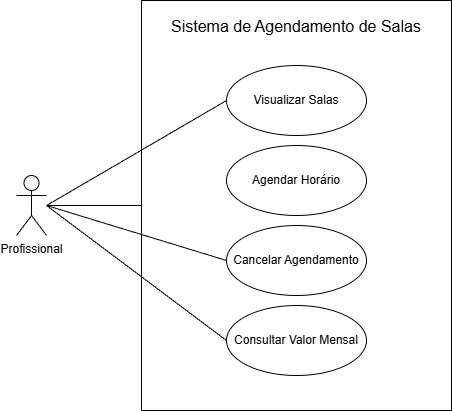
This is docs/caso-de-uso.png from lanadosete/projeto2-agendamento-salas, a draw.io export, as it was before one commit. Source tidied: cells renumbered, new cells last; positions are measured from the earlier drawing's top-left corner, leaving out a move shared by most shapes. Source of this version:
```xml
<mxGraphModel>
  <root>
    <mxCell id="0" />
    <mxCell id="1" parent="0" />
    <mxCell id="2" style="rounded=0;whiteSpace=wrap;html=1;" parent="1" vertex="1">
      <mxGeometry x="125" width="310" height="410" as="geometry" />
    </mxCell>
    <mxCell id="3" value="Visualizar Salas" style="ellipse;whiteSpace=wrap;html=1;" parent="1" vertex="1">
      <mxGeometry x="210" y="65" width="140" height="70" as="geometry" />
    </mxCell>
    <mxCell id="4" style="edgeStyle=none;curved=1;rounded=0;jettySize=auto;html=1;exitX=1;exitY=0.5;exitDx=0;exitDy=0;exitPerimeter=0;entryX=0;entryY=0.5;entryDx=0;entryDy=0;fontSize=12;startSize=8;endSize=8;endArrow=none;endFill=0;" parent="1" edge="1" source="7" target="3">
      <mxGeometry relative="1" as="geometry" />
    </mxCell>
    <mxCell id="5" style="edgeStyle=none;curved=1;rounded=0;jettySize=auto;html=1;entryX=0;entryY=0.5;entryDx=0;entryDy=0;fontSize=12;startSize=8;endSize=8;endArrow=none;endFill=0;" parent="1" edge="1" target="10">
      <mxGeometry relative="1" as="geometry">
        <mxPoint x="30" y="205" as="sourcePoint" />
      </mxGeometry>
    </mxCell>
    <mxCell id="6" style="rounded=0;jettySize=auto;html=1;exitX=1;exitY=0.5;exitDx=0;exitDy=0;exitPerimeter=0;entryX=0;entryY=0.5;entryDx=0;entryDy=0;fontSize=12;shape=wire;fillColor=none;startArrow=none;startFill=0;endArrow=none;endFill=0;" parent="1" edge="1" source="7" target="9">
      <mxGeometry relative="1" as="geometry" />
    </mxCell>
    <mxCell id="7" value="Profissional" style="shape=umlActor;verticalLabelPosition=bottom;verticalAlign=top;html=1;points=[[0,0.3333333333333333,0,0,0],[0,1,0,0,0],[0.25,0.1,0,0,0],[0.5,0,0,0,0],[0.5,0.5,0,0,0],[0.75,0.1,0,0,0],[1,0.5,0,0,0],[1,1,0,0,0]];" parent="1" vertex="1">
      <mxGeometry y="175" width="30" height="60" as="geometry" />
    </mxCell>
    <mxCell id="8" value="Agendar Horário" style="ellipse;whiteSpace=wrap;html=1;" parent="1" vertex="1">
      <mxGeometry x="210" y="145" width="140" height="70" as="geometry" />
    </mxCell>
    <mxCell id="9" value="Consultar Valor Mensal" style="ellipse;whiteSpace=wrap;html=1;" parent="1" vertex="1">
      <mxGeometry x="210" y="305" width="140" height="70" as="geometry" />
    </mxCell>
    <mxCell id="10" value="Cancelar Agendamento" style="ellipse;whiteSpace=wrap;html=1;" parent="1" vertex="1">
      <mxGeometry x="210" y="225" width="140" height="70" as="geometry" />
    </mxCell>
    <mxCell id="11" style="edgeStyle=none;curved=1;rounded=0;orthogonalLoop=1;jettySize=auto;html=1;exitX=0;exitY=0.5;exitDx=0;exitDy=0;fontSize=12;startSize=8;endSize=8;" parent="1" edge="1" source="8" target="8">
      <mxGeometry relative="1" as="geometry" />
    </mxCell>
    <mxCell id="12" style="rounded=0;jettySize=auto;html=1;exitX=1;exitY=0.5;exitDx=0;exitDy=0;exitPerimeter=0;entryX=0;entryY=0.5;entryDx=0;entryDy=0;fontSize=12;startSize=8;endSize=8;endArrow=none;endFill=0;" parent="1" edge="1" source="7" target="2">
      <mxGeometry relative="1" as="geometry" />
    </mxCell>
    <mxCell id="13" value="Sistema de Agendamento de Salas" style="text;html=1;whiteSpace=wrap;strokeColor=none;fillColor=none;align=center;verticalAlign=middle;rounded=0;fontSize=16;" parent="1" vertex="1">
      <mxGeometry x="145" y="25" width="270" as="geometry" />
    </mxCell>
  </root>
</mxGraphModel>
```
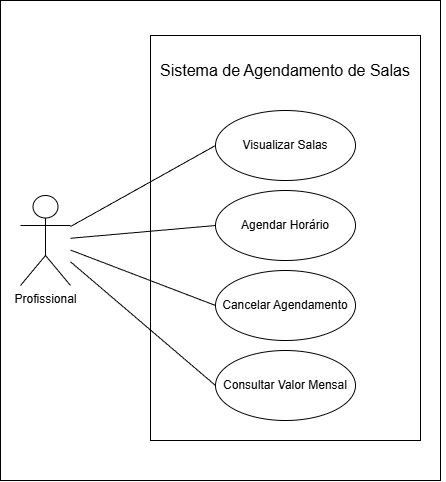
The same diagram one commit later.

Commit message:
Adiciona diagrama de casos de uso UML

What changed in the source:
```diff
@@ -2,43 +2,41 @@
   <root>
     <mxCell id="0" />
     <mxCell id="1" parent="0" />
-    <mxCell id="2" style="rounded=0;whiteSpace=wrap;html=1;" parent="1" vertex="1">
-      <mxGeometry x="125" width="310" height="410" as="geometry" />
-    </mxCell>
+    <mxCell id="14" style="rounded=0;whiteSpace=wrap;html=1;" parent="1" vertex="1">
+      <mxGeometry x="-5" y="-45" width="440" height="480" as="geometry" />
+    </mxCell>
+    <mxCell id="15" style="rounded=0;whiteSpace=wrap;html=1;" parent="1" vertex="1">
+      <mxGeometry x="145" y="-10" width="270" height="405" as="geometry" />
+    </mxCell>
     <mxCell id="3" value="Visualizar Salas" style="ellipse;whiteSpace=wrap;html=1;" parent="1" vertex="1">
       <mxGeometry x="210" y="65" width="140" height="70" as="geometry" />
     </mxCell>
+    <mxCell id="10" value="Cancelar Agendamento" style="ellipse;whiteSpace=wrap;html=1;" parent="1" vertex="1">
+      <mxGeometry x="210" y="225" width="140" height="70" as="geometry" />
+    </mxCell>
+    <mxCell id="9" value="Consultar Valor Mensal" style="ellipse;whiteSpace=wrap;html=1;" parent="1" vertex="1">
+      <mxGeometry x="210" y="305" width="140" height="70" as="geometry" />
+    </mxCell>
+    <mxCell id="8" value="Agendar Horário" style="ellipse;whiteSpace=wrap;html=1;" parent="1" vertex="1">
+      <mxGeometry x="210" y="145" width="140" height="70" as="geometry" />
+    </mxCell>
+    <mxCell id="13" value="Sistema de Agendamento de Salas" style="text;html=1;whiteSpace=wrap;strokeColor=none;fillColor=none;align=center;verticalAlign=middle;rounded=0;fontSize=16;" parent="1" vertex="1">
+      <mxGeometry x="120" y="15" width="320" height="20" as="geometry" />
+    </mxCell>
-    <mxCell id="4" style="edgeStyle=none;curved=1;rounded=0;jettySize=auto;html=1;exitX=1;exitY=0.5;exitDx=0;exitDy=0;exitPerimeter=0;entryX=0;entryY=0.5;entryDx=0;entryDy=0;fontSize=12;startSize=8;endSize=8;endArrow=none;endFill=0;" parent="1" edge="1" source="7" target="3">
+    <mxCell id="4" style="edgeStyle=none;curved=1;rounded=0;jettySize=auto;html=1;entryX=0;entryY=0.5;entryDx=0;entryDy=0;fontSize=12;startSize=8;endSize=8;endArrow=none;endFill=0;" parent="1" edge="1" source="7" target="3">
       <mxGeometry relative="1" as="geometry" />
     </mxCell>
-    <mxCell id="5" style="edgeStyle=none;curved=1;rounded=0;jettySize=auto;html=1;entryX=0;entryY=0.5;entryDx=0;entryDy=0;fontSize=12;startSize=8;endSize=8;endArrow=none;endFill=0;" parent="1" edge="1" target="10">
-      <mxGeometry relative="1" as="geometry">
-        <mxPoint x="30" y="205" as="sourcePoint" />
-      </mxGeometry>
-    </mxCell>
+    <mxCell id="16" style="edgeStyle=none;curved=1;rounded=0;jettySize=auto;html=1;entryX=0;entryY=0.5;entryDx=0;entryDy=0;fontSize=12;startSize=8;endSize=8;endArrow=none;endFill=0;" parent="1" edge="1" source="7" target="8">
+      <mxGeometry relative="1" as="geometry" />
+    </mxCell>
+    <mxCell id="17" style="edgeStyle=none;curved=1;rounded=0;jettySize=auto;html=1;entryX=0;entryY=0.5;entryDx=0;entryDy=0;fontSize=12;startSize=8;endSize=8;endArrow=none;endFill=0;" parent="1" edge="1" source="7" target="10">
+      <mxGeometry relative="1" as="geometry" />
+    </mxCell>
-    <mxCell id="6" style="rounded=0;jettySize=auto;html=1;exitX=1;exitY=0.5;exitDx=0;exitDy=0;exitPerimeter=0;entryX=0;entryY=0.5;entryDx=0;entryDy=0;fontSize=12;shape=wire;fillColor=none;startArrow=none;startFill=0;endArrow=none;endFill=0;" parent="1" edge="1" source="7" target="9">
+    <mxCell id="6" style="edgeStyle=none;curved=1;rounded=0;jettySize=auto;html=1;entryX=0;entryY=0.5;entryDx=0;entryDy=0;fontSize=12;startSize=8;endSize=8;endArrow=none;endFill=0;" parent="1" edge="1" source="7" target="9">
       <mxGeometry relative="1" as="geometry" />
     </mxCell>
     <mxCell id="7" value="Profissional" style="shape=umlActor;verticalLabelPosition=bottom;verticalAlign=top;html=1;points=[[0,0.3333333333333333,0,0,0],[0,1,0,0,0],[0.25,0.1,0,0,0],[0.5,0,0,0,0],[0.5,0.5,0,0,0],[0.75,0.1,0,0,0],[1,0.5,0,0,0],[1,1,0,0,0]];" parent="1" vertex="1">
-      <mxGeometry y="175" width="30" height="60" as="geometry" />
+      <mxGeometry x="15" y="150" width="50" height="90" as="geometry" />
     </mxCell>
-    <mxCell id="8" value="Agendar Horário" style="ellipse;whiteSpace=wrap;html=1;" parent="1" vertex="1">
-      <mxGeometry x="210" y="145" width="140" height="70" as="geometry" />
-    </mxCell>
-    <mxCell id="9" value="Consultar Valor Mensal" style="ellipse;whiteSpace=wrap;html=1;" parent="1" vertex="1">
-      <mxGeometry x="210" y="305" width="140" height="70" as="geometry" />
-    </mxCell>
-    <mxCell id="10" value="Cancelar Agendamento" style="ellipse;whiteSpace=wrap;html=1;" parent="1" vertex="1">
-      <mxGeometry x="210" y="225" width="140" height="70" as="geometry" />
-    </mxCell>
-    <mxCell id="11" style="edgeStyle=none;curved=1;rounded=0;orthogonalLoop=1;jettySize=auto;html=1;exitX=0;exitY=0.5;exitDx=0;exitDy=0;fontSize=12;startSize=8;endSize=8;" parent="1" edge="1" source="8" target="8">
-      <mxGeometry relative="1" as="geometry" />
-    </mxCell>
-    <mxCell id="12" style="rounded=0;jettySize=auto;html=1;exitX=1;exitY=0.5;exitDx=0;exitDy=0;exitPerimeter=0;entryX=0;entryY=0.5;entryDx=0;entryDy=0;fontSize=12;startSize=8;endSize=8;endArrow=none;endFill=0;" parent="1" edge="1" source="7" target="2">
-      <mxGeometry relative="1" as="geometry" />
-    </mxCell>
-    <mxCell id="13" value="Sistema de Agendamento de Salas" style="text;html=1;whiteSpace=wrap;strokeColor=none;fillColor=none;align=center;verticalAlign=middle;rounded=0;fontSize=16;" parent="1" vertex="1">
-      <mxGeometry x="145" y="25" width="270" as="geometry" />
-    </mxCell>
   </root>
 </mxGraphModel>
```
